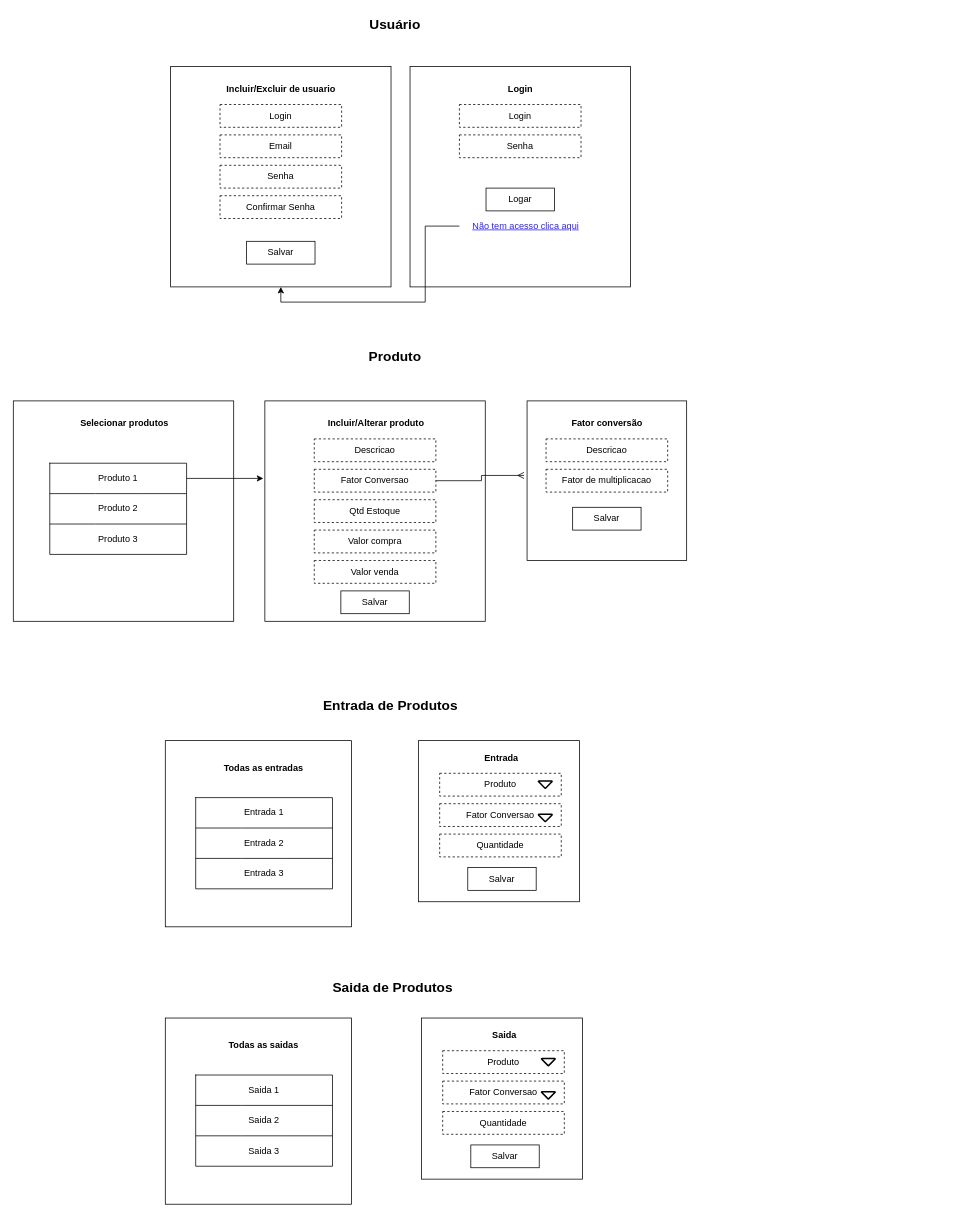
This is Untitled Diagram.drawio from lucasborinato/nodejs, a draw.io file, before an edit. Source tidied: cells renumbered, new cells numbered last; positions are measured from the earlier drawing's top-left corner, leaving out a move shared by most shapes. Both pictures are drawn from the tidied source at 76%, with x=0, y=0 at pixel (13, 13).
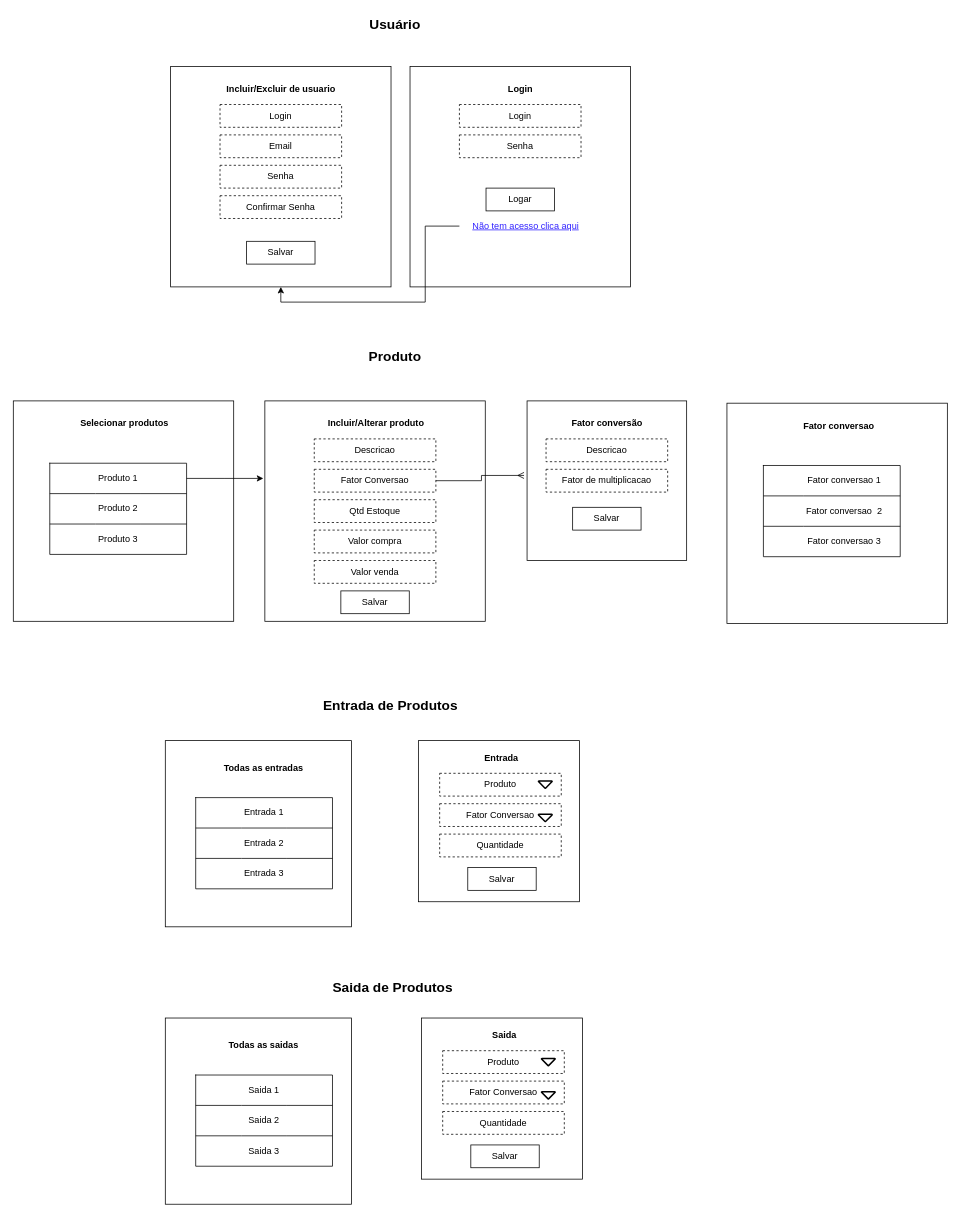
Above is the later version.

Change to the diagram source:
```diff
@@
+    <mxCell id="96" style="whiteSpace=wrap;html=1;" parent="1" vertex="1">
+      <mxGeometry x="939" y="513" width="290" height="290" as="geometry" />
+    </mxCell>
+    <mxCell id="97" value="Fator conversao" style="text;html=1;align=center;verticalAlign=middle;strokeColor=none;fontStyle=1;" parent="1" vertex="1">
+      <mxGeometry x="1034" y="534" width="103" height="18" as="geometry" />
+    </mxCell>
+    <mxCell id="98" style="shape=table;html=1;whiteSpace=wrap;startSize=0;childLayout=tableLayout;fontSize=18;fontColor=#3021FF;columnLines=0;" parent="1" vertex="1">
+      <mxGeometry x="987" y="595" width="180" height="120" as="geometry" />
+    </mxCell>
+    <mxCell id="99" style="shape=partialRectangle;html=1;whiteSpace=wrap;fillColor=none;top=0;left=0;bottom=0;right=0;" parent="98" vertex="1">
+      <mxGeometry width="180" height="40" as="geometry" />
+    </mxCell>
+    <mxCell id="100" style="shape=partialRectangle;html=1;whiteSpace=wrap;fillColor=none;top=0;left=0;bottom=0;right=0;overflow=hidden;" parent="99" vertex="1">
+      <mxGeometry width="53" height="40" as="geometry" />
+    </mxCell>
+    <mxCell id="101" value="Fator conversao 1" style="shape=partialRectangle;html=1;whiteSpace=wrap;fillColor=none;top=0;left=0;bottom=0;right=0;overflow=hidden;" parent="99" vertex="1">
+      <mxGeometry x="53" width="107" height="40" as="geometry" />
+    </mxCell>
+    <mxCell id="102" style="shape=partialRectangle;html=1;whiteSpace=wrap;fillColor=none;top=0;left=0;bottom=0;right=0;overflow=hidden;" parent="99" vertex="1">
+      <mxGeometry x="160" width="20" height="40" as="geometry" />
+    </mxCell>
+    <mxCell id="103" style="shape=partialRectangle;html=1;whiteSpace=wrap;fillColor=none;top=0;left=0;bottom=0;right=0;" parent="98" vertex="1">
+      <mxGeometry y="40" width="180" height="40" as="geometry" />
+    </mxCell>
+    <mxCell id="104" style="shape=partialRectangle;html=1;whiteSpace=wrap;fillColor=none;top=0;left=0;bottom=0;right=0;overflow=hidden;" parent="103" vertex="1">
+      <mxGeometry width="53" height="40" as="geometry" />
+    </mxCell>
+    <mxCell id="105" value="Fator conversao &amp;nbsp;2" style="shape=partialRectangle;html=1;whiteSpace=wrap;fillColor=none;top=0;left=0;bottom=0;right=0;overflow=hidden;" parent="103" vertex="1">
+      <mxGeometry x="53" width="107" height="40" as="geometry" />
+    </mxCell>
+    <mxCell id="106" style="shape=partialRectangle;html=1;whiteSpace=wrap;fillColor=none;top=0;left=0;bottom=0;right=0;overflow=hidden;" parent="103" vertex="1">
+      <mxGeometry x="160" width="20" height="40" as="geometry" />
+    </mxCell>
+    <mxCell id="107" style="shape=partialRectangle;html=1;whiteSpace=wrap;fillColor=none;top=0;left=0;bottom=0;right=0;" parent="98" vertex="1">
+      <mxGeometry y="80" width="180" height="40" as="geometry" />
+    </mxCell>
+    <mxCell id="108" style="shape=partialRectangle;html=1;whiteSpace=wrap;fillColor=none;top=0;left=0;bottom=0;right=0;overflow=hidden;" parent="107" vertex="1">
+      <mxGeometry width="53" height="40" as="geometry" />
+    </mxCell>
+    <mxCell id="109" value="Fator conversao 3" style="shape=partialRectangle;html=1;whiteSpace=wrap;fillColor=none;top=0;left=0;bottom=0;right=0;overflow=hidden;" parent="107" vertex="1">
+      <mxGeometry x="53" width="107" height="40" as="geometry" />
+    </mxCell>
+    <mxCell id="110" style="shape=partialRectangle;html=1;whiteSpace=wrap;fillColor=none;top=0;left=0;bottom=0;right=0;overflow=hidden;" parent="107" vertex="1">
+      <mxGeometry x="160" width="20" height="40" as="geometry" />
+    </mxCell>
```
